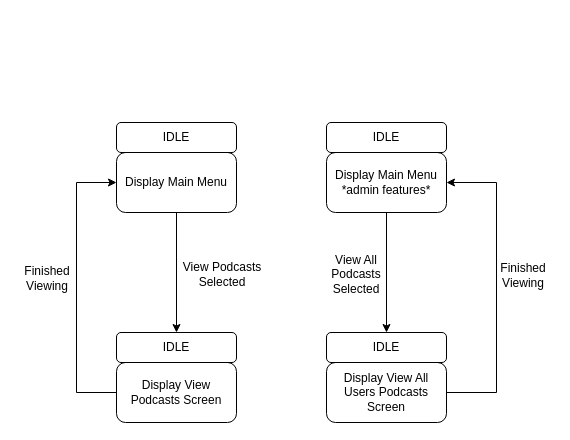
Before: D6a-Statecharts/View Podcast Statechart.drawio in Glizzus/COMP-3700, a draw.io diagram. Source tidied: cells renumbered, new cells numbered last; positions are measured from the earlier drawing's top-left corner, leaving out a move shared by most shapes. Both pictures are drawn from the tidied source at 100%, with x=0, y=0 at pixel (17, 122).
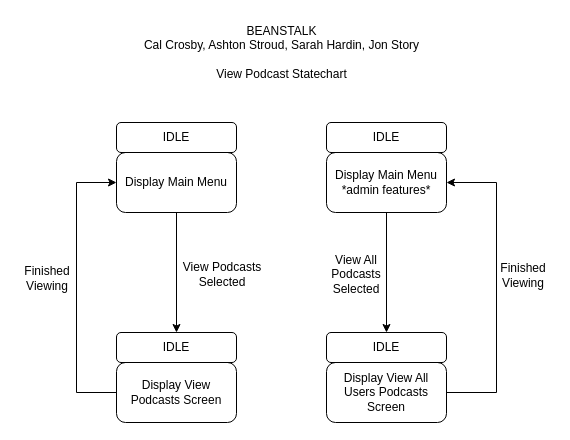
The same diagram, later.

Diff of the diagram source:
```diff
@@
+    <mxCell id="18" value="BEANSTALK&lt;br&gt;Cal Crosby, Ashton Stroud, Sarah Hardin, Jon Story&lt;br&gt;&lt;br&gt;View Podcast Statechart" style="text;html=1;align=center;verticalAlign=middle;strokeColor=none;fillColor=none;" parent="1" vertex="1">
+      <mxGeometry x="114" y="-105" width="300" height="70" as="geometry" />
+    </mxCell>
```
